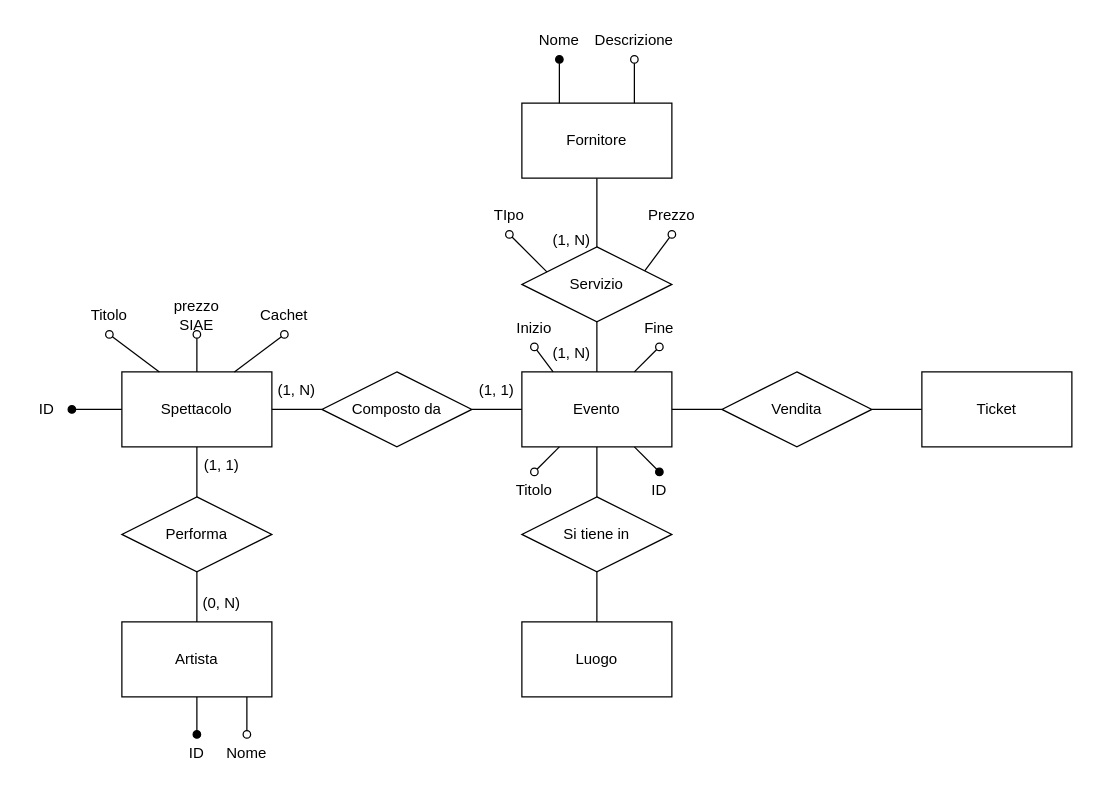
Above: ERFornitore.drawio in lucat1/unibo_90107_progetto (draw.io), before the change. Source tidied: cells renumbered, new cells numbered last; positions are measured from the earlier drawing's top-left corner, leaving out a move shared by most shapes. Both pictures are drawn from the tidied source at 125%, with x=0, y=0 at pixel (21, 21).
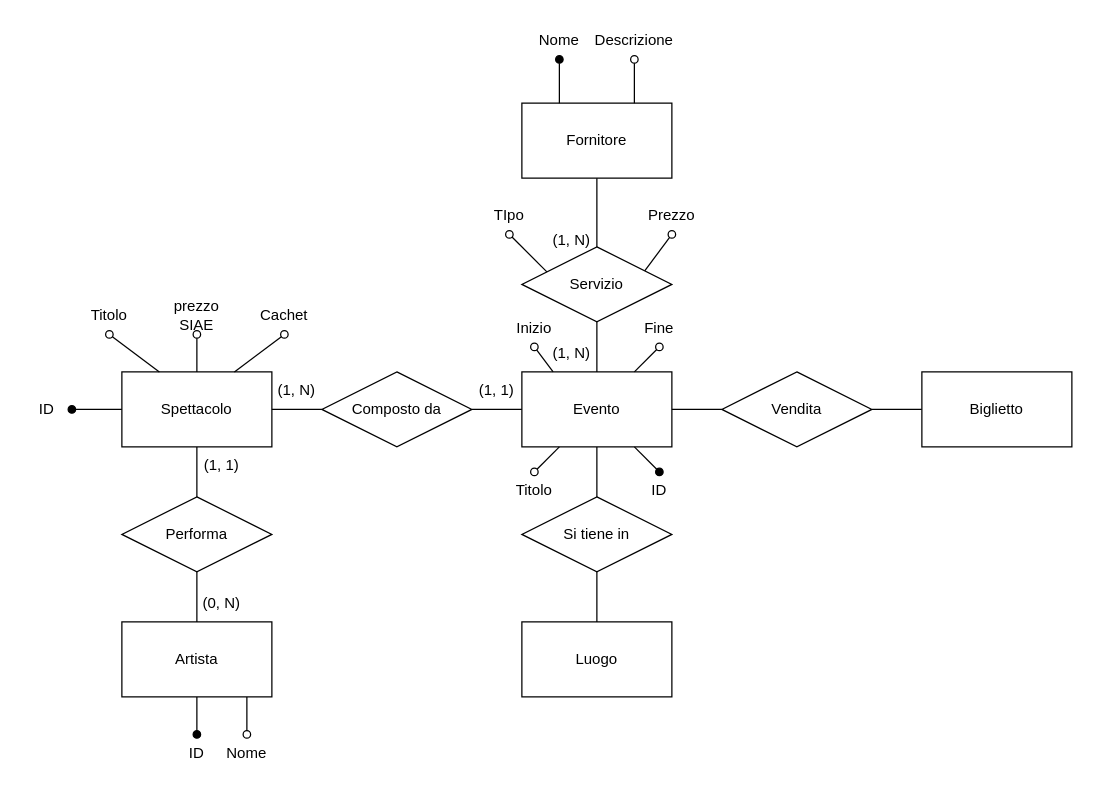
Above is the later version.

The edit, as a diff of the source:
```diff
@@
-    <mxCell id="52" value="&lt;div&gt;Ticket&lt;/div&gt;" style="rounded=0;whiteSpace=wrap;html=1;" parent="1" vertex="1">
+    <mxCell id="52" value="&lt;div&gt;Biglietto&lt;/div&gt;" style="rounded=0;whiteSpace=wrap;html=1;" parent="1" vertex="1">
       <mxGeometry x="720" y="280" width="120" height="60" as="geometry" />
     </mxCell>
```
